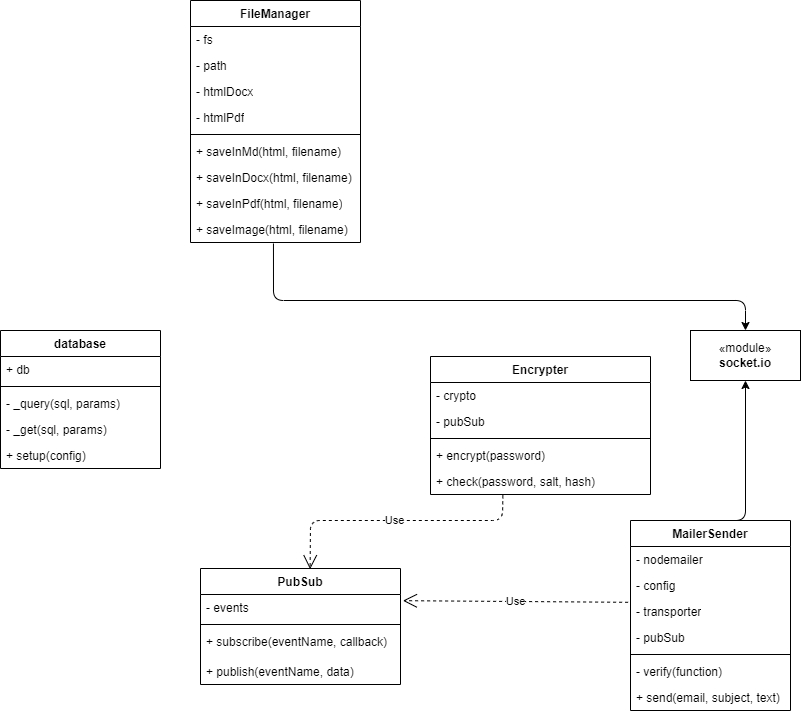
Before: assets/schemas/diagrams/SchemaOggettiServer.drawio.png, a diagram exported from draw.io (AngeloRipamonti/5C_RipamontiAvvedutoKotisCinquetti_PortaleAppunti). Source tidied: cells renumbered, new cells last; positions are measured from the earlier drawing's top-left corner, leaving out a move shared by most shapes.
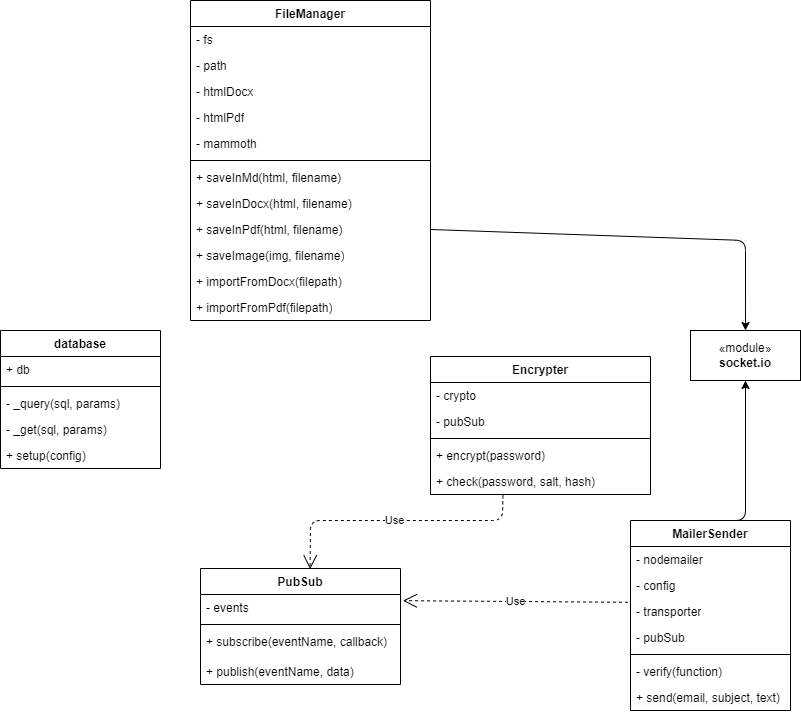
The same diagram one commit later.

Diff of the diagram source:
```diff
@@ -20,44 +20,53 @@
     <mxCell id="7" value="+ setup(config)" style="text;strokeColor=none;fillColor=none;align=left;verticalAlign=top;spacingLeft=4;spacingRight=4;overflow=hidden;whiteSpace=wrap;html=1;" parent="2" vertex="1">
       <mxGeometry y="112" width="160" height="26" as="geometry" />
     </mxCell>
-    <mxCell id="8" style="edgeStyle=none;html=1;exitX=0.488;exitY=1.038;exitDx=0;exitDy=0;entryX=0.5;entryY=0;entryDx=0;entryDy=0;exitPerimeter=0;" parent="1" edge="1" source="18" target="19">
+    <mxCell id="8" style="edgeStyle=none;html=1;exitX=1;exitY=0.5;exitDx=0;exitDy=0;entryX=0.5;entryY=0;entryDx=0;entryDy=0;" parent="1" edge="1" source="17" target="19">
       <mxGeometry relative="1" as="geometry">
         <Array as="points">
-          <mxPoint x="273" y="300" />
-          <mxPoint x="745" y="300" />
+          <mxPoint x="745" y="240" />
+          <mxPoint x="745" y="310" />
         </Array>
       </mxGeometry>
     </mxCell>
     <mxCell id="9" value="FileManager" style="swimlane;fontStyle=1;align=center;verticalAlign=top;horizontal=1;startSize=26;whiteSpace=wrap;html=1;" parent="1" vertex="1">
-      <mxGeometry x="190" width="170" height="242" as="geometry" />
+      <mxGeometry x="190" width="240" height="320" as="geometry" />
     </mxCell>
     <mxCell id="10" value="- fs" style="text;strokeColor=none;fillColor=none;align=left;verticalAlign=top;spacingLeft=4;spacingRight=4;overflow=hidden;whiteSpace=wrap;html=1;" parent="9" vertex="1">
-      <mxGeometry y="26" width="170" height="26" as="geometry" />
+      <mxGeometry y="26" width="240" height="26" as="geometry" />
     </mxCell>
     <mxCell id="11" value="- path" style="text;strokeColor=none;fillColor=none;align=left;verticalAlign=top;spacingLeft=4;spacingRight=4;overflow=hidden;whiteSpace=wrap;html=1;" parent="9" vertex="1">
-      <mxGeometry y="52" width="170" height="26" as="geometry" />
+      <mxGeometry y="52" width="240" height="26" as="geometry" />
     </mxCell>
     <mxCell id="12" value="- htmlDocx" style="text;strokeColor=none;fillColor=none;align=left;verticalAlign=top;spacingLeft=4;spacingRight=4;overflow=hidden;whiteSpace=wrap;html=1;" parent="9" vertex="1">
-      <mxGeometry y="78" width="170" height="26" as="geometry" />
+      <mxGeometry y="78" width="240" height="26" as="geometry" />
     </mxCell>
+    <mxCell id="42" value="- htmlPdf" style="text;strokeColor=none;fillColor=none;align=left;verticalAlign=top;spacingLeft=4;spacingRight=4;overflow=hidden;whiteSpace=wrap;html=1;" parent="9" vertex="1">
+      <mxGeometry y="104" width="240" height="26" as="geometry" />
+    </mxCell>
-    <mxCell id="13" value="- htmlPdf" style="text;strokeColor=none;fillColor=none;align=left;verticalAlign=top;spacingLeft=4;spacingRight=4;overflow=hidden;whiteSpace=wrap;html=1;" parent="9" vertex="1">
-      <mxGeometry y="104" width="170" height="26" as="geometry" />
+    <mxCell id="13" value="- mammoth" style="text;strokeColor=none;fillColor=none;align=left;verticalAlign=top;spacingLeft=4;spacingRight=4;overflow=hidden;whiteSpace=wrap;html=1;" parent="9" vertex="1">
+      <mxGeometry y="130" width="240" height="26" as="geometry" />
     </mxCell>
     <mxCell id="14" style="line;strokeWidth=1;fillColor=none;align=left;verticalAlign=middle;spacingTop=-1;spacingLeft=3;spacingRight=3;labelPosition=right;strokeColor=inherit;" parent="9" vertex="1">
-      <mxGeometry y="130" width="170" height="8" as="geometry" />
+      <mxGeometry y="156" width="240" height="8" as="geometry" />
     </mxCell>
     <mxCell id="15" value="+ saveInMd(html, filename)" style="text;strokeColor=none;fillColor=none;align=left;verticalAlign=top;spacingLeft=4;spacingRight=4;overflow=hidden;whiteSpace=wrap;html=1;" parent="9" vertex="1">
-      <mxGeometry y="138" width="170" height="26" as="geometry" />
+      <mxGeometry y="164" width="240" height="26" as="geometry" />
     </mxCell>
     <mxCell id="16" value="&lt;span style=&quot;color: rgb(0, 0, 0);&quot;&gt;+ saveInDocx(html, filename)&lt;/span&gt;" style="text;strokeColor=none;fillColor=none;align=left;verticalAlign=top;spacingLeft=4;spacingRight=4;overflow=hidden;whiteSpace=wrap;html=1;" parent="9" vertex="1">
-      <mxGeometry y="164" width="170" height="26" as="geometry" />
+      <mxGeometry y="190" width="240" height="26" as="geometry" />
     </mxCell>
     <mxCell id="17" value="&lt;span style=&quot;color: rgb(0, 0, 0);&quot;&gt;+ saveInPdf(html, filename)&lt;/span&gt;" style="text;strokeColor=none;fillColor=none;align=left;verticalAlign=top;spacingLeft=4;spacingRight=4;overflow=hidden;points=[[0,0.5],[1,0.5]];portConstraint=eastwest;whiteSpace=wrap;html=1;" parent="9" vertex="1">
-      <mxGeometry y="190" width="170" height="26" as="geometry" />
+      <mxGeometry y="216" width="240" height="26" as="geometry" />
     </mxCell>
-    <mxCell id="18" value="&lt;span style=&quot;color: rgb(0, 0, 0);&quot;&gt;+ saveImage(html, filename)&lt;/span&gt;" style="text;strokeColor=none;fillColor=none;align=left;verticalAlign=top;spacingLeft=4;spacingRight=4;overflow=hidden;points=[[0,0.5],[1,0.5]];portConstraint=eastwest;whiteSpace=wrap;html=1;" parent="9" vertex="1">
-      <mxGeometry y="216" width="170" height="26" as="geometry" />
+    <mxCell id="18" value="&lt;span style=&quot;color: rgb(0, 0, 0);&quot;&gt;+ saveImage(img, filename)&lt;/span&gt;" style="text;strokeColor=none;fillColor=none;align=left;verticalAlign=top;spacingLeft=4;spacingRight=4;overflow=hidden;points=[[0,0.5],[1,0.5]];portConstraint=eastwest;whiteSpace=wrap;html=1;" parent="9" vertex="1">
+      <mxGeometry y="242" width="240" height="26" as="geometry" />
     </mxCell>
+    <mxCell id="43" value="&lt;span style=&quot;color: rgb(0, 0, 0);&quot;&gt;+ importFromDocx(filepath)&lt;/span&gt;" style="text;strokeColor=none;fillColor=none;align=left;verticalAlign=top;spacingLeft=4;spacingRight=4;overflow=hidden;whiteSpace=wrap;html=1;" parent="9" vertex="1">
+      <mxGeometry y="268" width="240" height="26" as="geometry" />
+    </mxCell>
+    <mxCell id="44" value="&lt;span style=&quot;color: rgb(0, 0, 0);&quot;&gt;+ importFromPdf(&lt;span style=&quot;color: rgb(0, 0, 0);&quot;&gt;filepath&lt;/span&gt;)&lt;/span&gt;" style="text;strokeColor=none;fillColor=none;align=left;verticalAlign=top;spacingLeft=4;spacingRight=4;overflow=hidden;whiteSpace=wrap;html=1;" parent="9" vertex="1">
+      <mxGeometry y="294" width="240" height="26" as="geometry" />
+    </mxCell>
     <mxCell id="19" value="«module»&lt;br&gt;&lt;b&gt;socket.io&lt;/b&gt;" style="html=1;whiteSpace=wrap;" parent="1" vertex="1">
       <mxGeometry x="690" y="330" width="110" height="50" as="geometry" />
     </mxCell>
```
